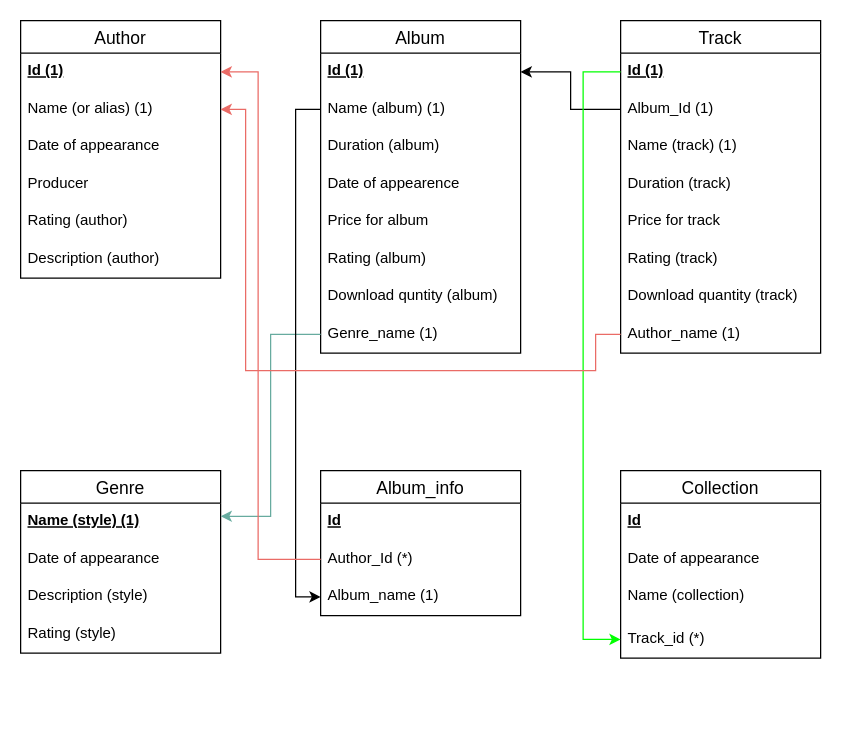
Oleg-Stukalov/draw.io-schemes keeps this draw.io diagram as Untitled Diagram.drawio. Above is the earlier version. Source tidied: cells renumbered, new cells numbered last; positions are measured from the earlier drawing's top-left corner, leaving out a move shared by most shapes. Both pictures are drawn from the tidied source at 125%, with x=0, y=0 at pixel (20, 20).
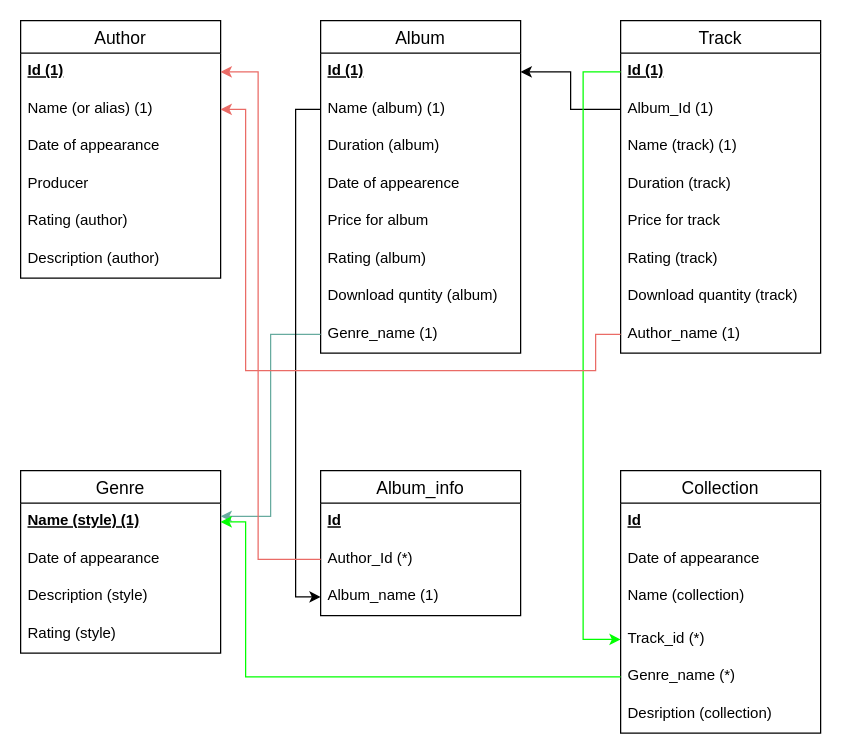
The same diagram, later.

The change refers to these unchanged cells:
```xml
<mxCell id="28" value="Name (style) (1)" style="text;strokeColor=none;fillColor=none;spacingLeft=4;spacingRight=4;overflow=hidden;points=[[0,0.5],[1,0.5]];portConstraint=eastwest;fontSize=12;fontStyle=5;" parent="27" vertex="1">
  <mxGeometry y="26" width="160" height="30" as="geometry" />
</mxCell>
```

What changed in the source:
```diff
@@
     <mxCell id="33" value="Collection" style="swimlane;fontStyle=0;horizontal=1;startSize=26;align=center;fontSize=14;" parent="1" vertex="1">
-      <mxGeometry x="480" y="360" width="160" height="150" as="geometry" />
+      <mxGeometry x="480" y="360" width="160" height="210" as="geometry" />
     </mxCell>
@@
+    <mxCell id="47" value="Genre_name (*)" style="text;strokeColor=none;fillColor=none;spacingLeft=4;spacingRight=4;overflow=hidden;points=[[0,0.5],[1,0.5]];portConstraint=eastwest;fontSize=12;" parent="33" vertex="1">
+      <mxGeometry y="150" width="160" height="30" as="geometry" />
+    </mxCell>
+    <mxCell id="48" value="Desription (collection)" style="text;strokeColor=none;fillColor=none;spacingLeft=4;spacingRight=4;overflow=hidden;fontSize=12;" parent="33" vertex="1">
+      <mxGeometry y="180" width="160" height="30" as="geometry" />
+    </mxCell>
@@
+    <mxCell id="49" style="edgeStyle=orthogonalEdgeStyle;rounded=0;jettySize=auto;html=1;exitX=0;exitY=0.5;exitDx=0;exitDy=0;entryX=1;entryY=0.5;entryDx=0;entryDy=0;strokeColor=#00FF00;" parent="1" edge="1" source="47" target="28">
+      <mxGeometry relative="1" as="geometry">
+        <Array as="points">
+          <mxPoint x="180" y="525" />
+          <mxPoint x="180" y="401" />
+        </Array>
+      </mxGeometry>
+    </mxCell>
```
